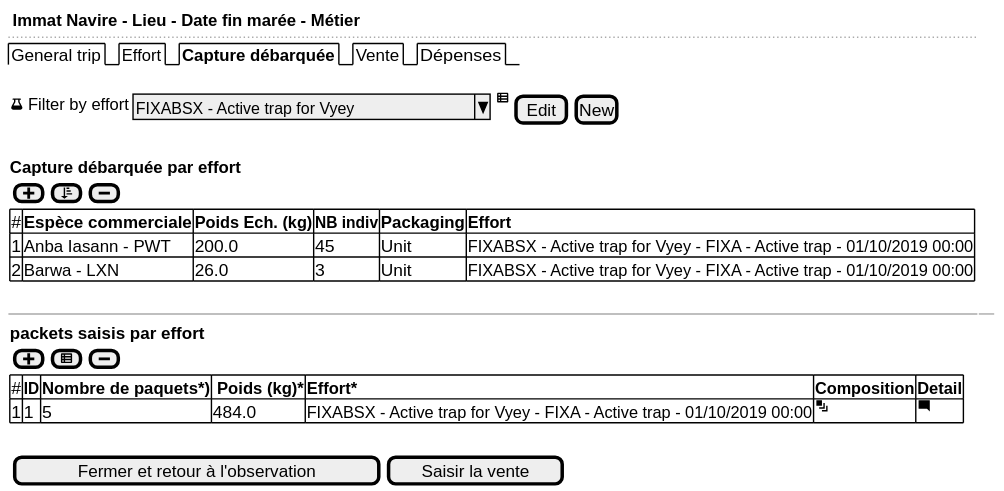
Earlier version of the PlantUML export use-case/collect/trip/landing-ui-samples.svg (sumaris-net/sumaris-doc). Its source is kept beside it as use-case/collect/trip/landing-ui-samples.puml.
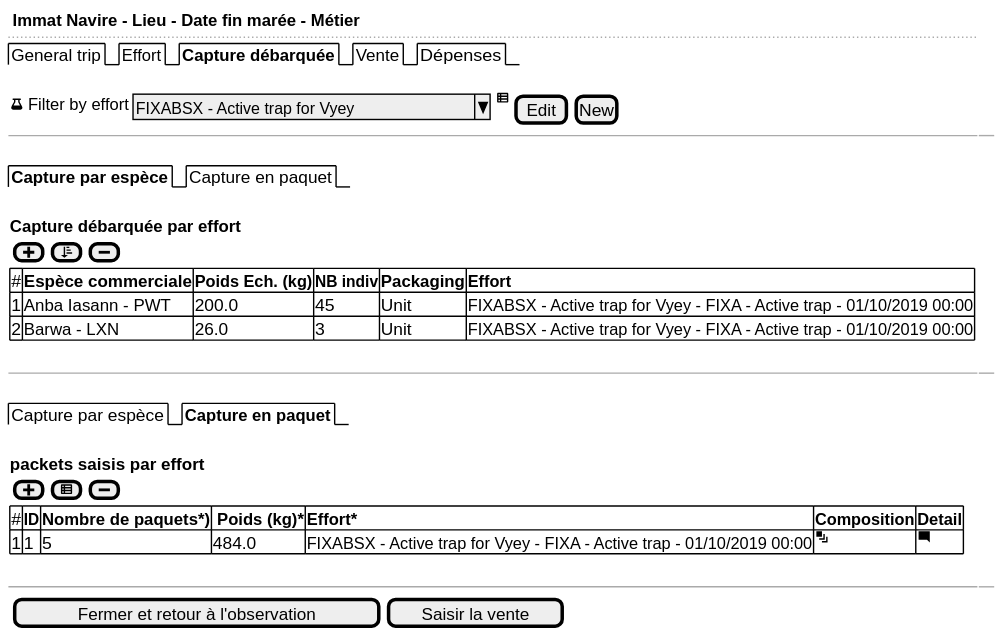
After the commit.

What changed in the source:
```diff
@@ -5,6 +5,9 @@
   {/ General trip | Effort | <b>Capture débarquée | Vente | Dépenses }
   .
   {<&beaker> Filter by effort | { ^FIXABSX - Active trap for Vyey^ } | <&spreadsheet> | [Edit] | [New]}
+  -- | --
+  .
+  {/ <b>Capture par espèce | Capture en paquet }
   .
   {
   <b>Capture débarquée par effort
@@ -18,6 +21,9 @@
   }
   .
   -- | --
+  .
+  {/ Capture par espèce | <b>Capture en paquet }
+  .
   {
   <b>packets saisis par effort
   {[<&plus>]  | [<&spreadsheet>] | [<&minus>]}
@@ -28,6 +34,7 @@
   }
   }
   .
+  -- | --
   {{[Fermer et retour à l'observation] | [Saisir la vente]}}
 }
 @endsalt
```
